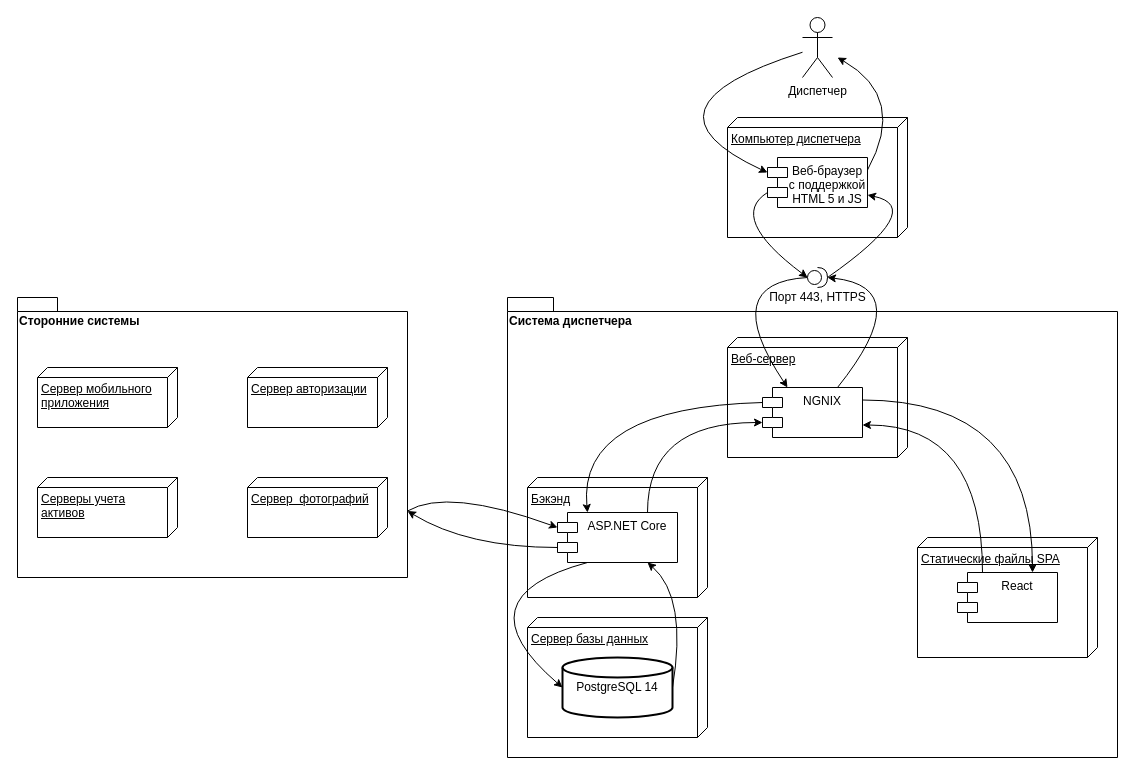
Above: deployment.drawio in iamquoz/essen (draw.io), before the change. Source tidied: cells renumbered, new cells numbered last; positions are measured from the earlier drawing's top-left corner, leaving out a move shared by most shapes. Both pictures are drawn from the tidied source at 100%, with x=0, y=0 at pixel (17, 17).
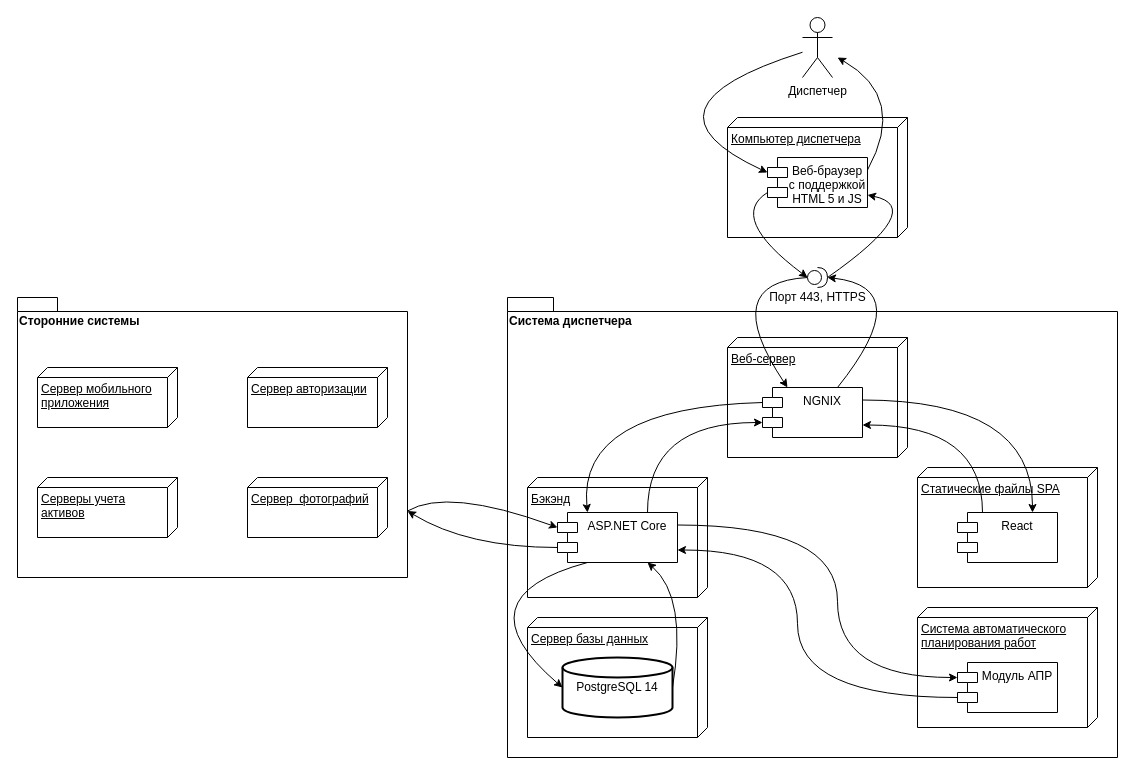
Above is the later version.

Unchanged cells that the change refers to:
```xml
<mxCell id="14" value="ASP.NET Core" style="shape=module;align=left;spacingLeft=20;align=center;verticalAlign=top;" parent="1" vertex="1">
  <mxGeometry x="540" y="495" width="120" height="50" as="geometry" />
</mxCell>
```

Change to the diagram source:
```diff
@@
     <mxCell id="15" value="Статические файлы SPA" style="verticalAlign=top;align=left;spacingTop=8;spacingLeft=2;spacingRight=12;shape=cube;size=10;direction=south;fontStyle=4;html=1;" parent="1" vertex="1">
-      <mxGeometry x="900" y="520" width="180" height="120" as="geometry" />
+      <mxGeometry x="900" y="450" width="180" height="120" as="geometry" />
     </mxCell>
@@
     <mxCell id="18" value="React" style="shape=module;align=left;spacingLeft=20;align=center;verticalAlign=top;" parent="1" vertex="1">
-      <mxGeometry x="940" y="555" width="100" height="50" as="geometry" />
+      <mxGeometry x="940" y="495" width="100" height="50" as="geometry" />
     </mxCell>
@@
+    <mxCell id="34" value="Система автоматического &lt;br&gt;планирования работ" style="verticalAlign=top;align=left;spacingTop=8;spacingLeft=2;spacingRight=12;shape=cube;size=10;direction=south;fontStyle=4;html=1;" parent="1" vertex="1">
+      <mxGeometry x="900" y="590" width="180" height="120" as="geometry" />
+    </mxCell>
+    <mxCell id="35" style="edgeStyle=orthogonalEdgeStyle;curved=1;jettySize=auto;html=1;exitX=0;exitY=0;exitDx=0;exitDy=35;exitPerimeter=0;entryX=1;entryY=0.75;entryDx=0;entryDy=0;elbow=vertical;" parent="1" edge="1" source="36" target="14">
+      <mxGeometry relative="1" as="geometry">
+        <Array as="points">
+          <mxPoint x="780" y="680" />
+          <mxPoint x="780" y="533" />
+        </Array>
+      </mxGeometry>
+    </mxCell>
+    <mxCell id="36" value="Модуль АПР" style="shape=module;align=left;spacingLeft=20;align=center;verticalAlign=top;" parent="1" vertex="1">
+      <mxGeometry x="940" y="645" width="100" height="50" as="geometry" />
+    </mxCell>
+    <mxCell id="37" style="edgeStyle=orthogonalEdgeStyle;curved=1;jettySize=auto;html=1;exitX=1;exitY=0.25;exitDx=0;exitDy=0;entryX=0;entryY=0;entryDx=0;entryDy=15;entryPerimeter=0;elbow=vertical;" parent="1" edge="1" source="14" target="36">
+      <mxGeometry relative="1" as="geometry">
+        <Array as="points">
+          <mxPoint x="820" y="508" />
+          <mxPoint x="820" y="660" />
+        </Array>
+      </mxGeometry>
+    </mxCell>
```
